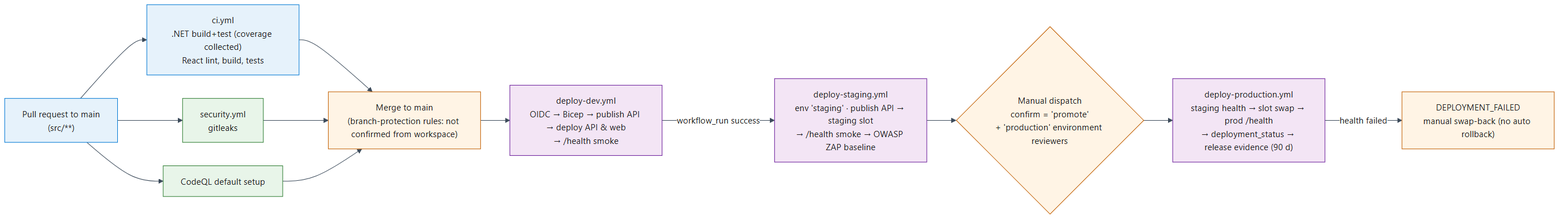
Deepankar-AICloud/AISDLC-V1 keeps this Mermaid diagram as docs/complete-solution-documentation/diagrams/rendered/21-cicd-pipeline.png. Above is the earlier version. Its source is kept beside it as docs/complete-solution-documentation/diagrams/mermaid/21-cicd-pipeline.mmd.
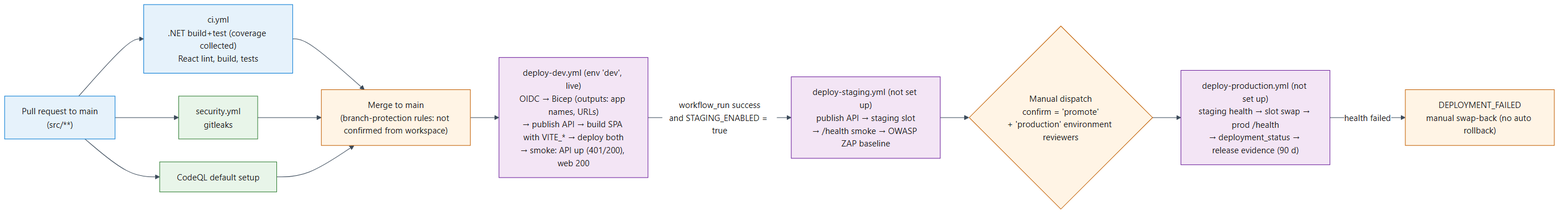
Later version of the same file.

The edit, as a diff of the source:
```diff
@@ -8,8 +8,8 @@
   PR --> SECS["security.yml<br/>gitleaks"]:::sec
   PR --> CQ["CodeQL default setup"]:::sec
   CI & SECS & CQ --> MERGE["Merge to main<br/>(branch-protection rules: not confirmed from workspace)"]:::gate
-  MERGE --> DEV["deploy-dev.yml<br/>OIDC → Bicep → publish API → deploy API & web<br/>→ /health smoke"]:::env
-  DEV -->|"workflow_run success"| STG["deploy-staging.yml<br/>env 'staging' · publish API → staging slot<br/>→ /health smoke → OWASP ZAP baseline"]:::env
+  MERGE --> DEV["deploy-dev.yml (env 'dev', live)<br/>OIDC → Bicep (outputs: app names, URLs)<br/>→ publish API → build SPA with VITE_* → deploy both<br/>→ smoke: API up (401/200), web 200"]:::env
+  DEV -->|"workflow_run success<br/>and STAGING_ENABLED = true"| STG["deploy-staging.yml (not set up)<br/>publish API → staging slot<br/>→ /health smoke → OWASP ZAP baseline"]:::env
   STG --> APPROVE{"Manual dispatch<br/>confirm = 'promote'<br/>+ 'production' environment reviewers"}:::gate
-  APPROVE --> PROD["deploy-production.yml<br/>staging health → slot swap → prod /health<br/>→ deployment_status → release evidence (90 d)"]:::env
+  APPROVE --> PROD["deploy-production.yml (not set up)<br/>staging health → slot swap → prod /health<br/>→ deployment_status → release evidence (90 d)"]:::env
   PROD -->|"health failed"| FAIL["DEPLOYMENT_FAILED<br/>manual swap-back (no auto rollback)"]:::gate
```
